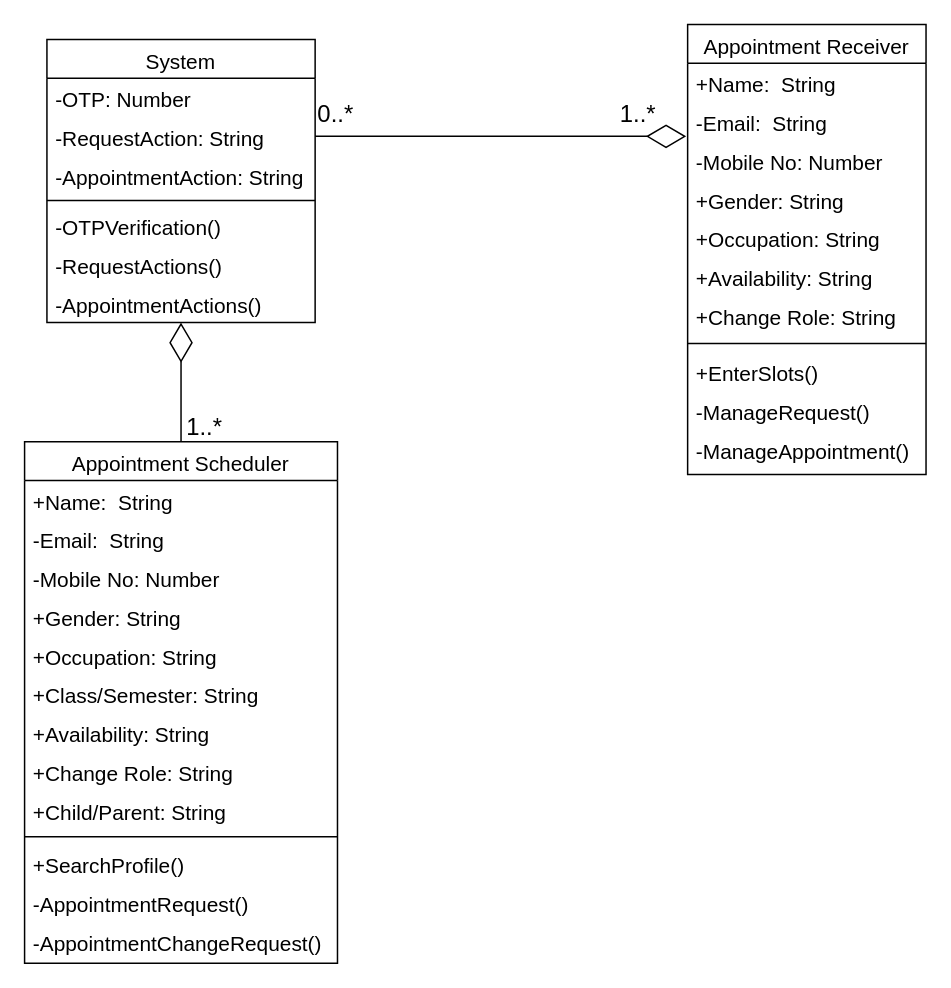
The draw.io diagram Class Diagram.drawio in Yash7200/CP-1, before the edit. Source tidied: cells renumbered, new cells numbered last; positions are measured from the earlier drawing's top-left corner, leaving out a move shared by most shapes. Both pictures are drawn from the tidied source at 149%, with x=0, y=0 at pixel (24, 24).
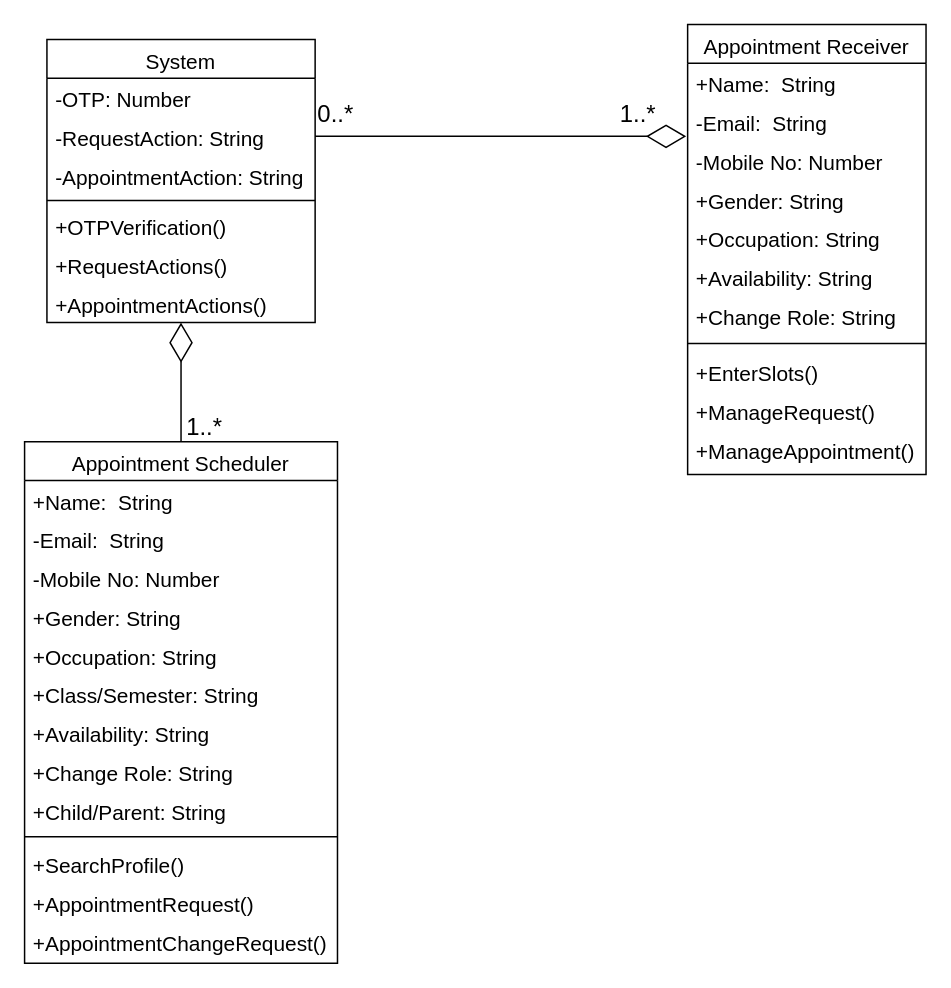
Above is the later version.

Unchanged cells that the change refers to:
```xml
<mxCell id="2" value="System" style="swimlane;fontStyle=0;align=center;verticalAlign=top;horizontal=1;startSize=26;rounded=0;shadow=0;strokeWidth=1;fillColor=none;fontSize=14;" parent="1" vertex="1">
  <mxGeometry x="15" y="10" width="180" height="190" as="geometry" />
</mxCell>
<mxCell id="10" value="Appointment Receiver" style="swimlane;fontStyle=0;align=center;verticalAlign=top;horizontal=1;startSize=26;rounded=0;shadow=0;strokeWidth=1;fontSize=14;" parent="1" vertex="1">
  <mxGeometry x="445" width="160" height="302" as="geometry" />
</mxCell>
<mxCell id="22" value="Appointment Scheduler" style="swimlane;fontStyle=0;align=center;verticalAlign=top;horizontal=1;startSize=26;rounded=0;shadow=0;strokeWidth=1;fontSize=14;" parent="1" vertex="1">
  <mxGeometry y="280" width="210" height="350" as="geometry" />
</mxCell>
```

What changed in the source:
```diff
@@
-    <mxCell id="7" value="-OTPVerification()" style="text;align=left;verticalAlign=top;spacingLeft=4;spacingRight=4;overflow=hidden;fontSize=14;" parent="2" vertex="1">
+    <mxCell id="7" value="+OTPVerification()" style="text;align=left;verticalAlign=top;spacingLeft=4;spacingRight=4;overflow=hidden;fontSize=14;" parent="2" vertex="1">
       <mxGeometry y="112" width="180" height="26" as="geometry" />
     </mxCell>
-    <mxCell id="8" value="-RequestActions()" style="text;align=left;verticalAlign=top;spacingLeft=4;spacingRight=4;overflow=hidden;fontSize=14;" parent="2" vertex="1">
+    <mxCell id="8" value="+RequestActions()" style="text;align=left;verticalAlign=top;spacingLeft=4;spacingRight=4;overflow=hidden;fontSize=14;" parent="2" vertex="1">
       <mxGeometry y="138" width="180" height="26" as="geometry" />
     </mxCell>
-    <mxCell id="9" value="-AppointmentActions()" style="text;align=left;verticalAlign=top;spacingLeft=4;spacingRight=4;overflow=hidden;fontSize=14;" parent="2" vertex="1">
+    <mxCell id="9" value="+AppointmentActions()" style="text;align=left;verticalAlign=top;spacingLeft=4;spacingRight=4;overflow=hidden;fontSize=14;" parent="2" vertex="1">
       <mxGeometry y="164" width="180" height="26" as="geometry" />
     </mxCell>
@@
-    <mxCell id="20" value="-ManageRequest()" style="text;align=left;verticalAlign=top;spacingLeft=4;spacingRight=4;overflow=hidden;fontSize=14;" parent="10" vertex="1">
+    <mxCell id="20" value="+ManageRequest()" style="text;align=left;verticalAlign=top;spacingLeft=4;spacingRight=4;overflow=hidden;fontSize=14;" parent="10" vertex="1">
       <mxGeometry y="246" width="160" height="26" as="geometry" />
     </mxCell>
-    <mxCell id="21" value="-ManageAppointment()" style="text;align=left;verticalAlign=top;spacingLeft=4;spacingRight=4;overflow=hidden;fontSize=14;" parent="10" vertex="1">
+    <mxCell id="21" value="+ManageAppointment()" style="text;align=left;verticalAlign=top;spacingLeft=4;spacingRight=4;overflow=hidden;fontSize=14;" parent="10" vertex="1">
       <mxGeometry y="272" width="160" height="26" as="geometry" />
     </mxCell>
@@
-    <mxCell id="34" value="-AppointmentRequest()" style="text;align=left;verticalAlign=top;spacingLeft=4;spacingRight=4;overflow=hidden;fontSize=14;" parent="22" vertex="1">
+    <mxCell id="34" value="+AppointmentRequest()" style="text;align=left;verticalAlign=top;spacingLeft=4;spacingRight=4;overflow=hidden;fontSize=14;" parent="22" vertex="1">
       <mxGeometry y="296" width="210" height="26" as="geometry" />
     </mxCell>
-    <mxCell id="35" value="-AppointmentChangeRequest()" style="text;align=left;verticalAlign=top;spacingLeft=4;spacingRight=4;overflow=hidden;fontSize=14;" parent="22" vertex="1">
+    <mxCell id="35" value="+AppointmentChangeRequest()" style="text;align=left;verticalAlign=top;spacingLeft=4;spacingRight=4;overflow=hidden;fontSize=14;" parent="22" vertex="1">
       <mxGeometry y="322" width="210" height="28" as="geometry" />
     </mxCell>
```
